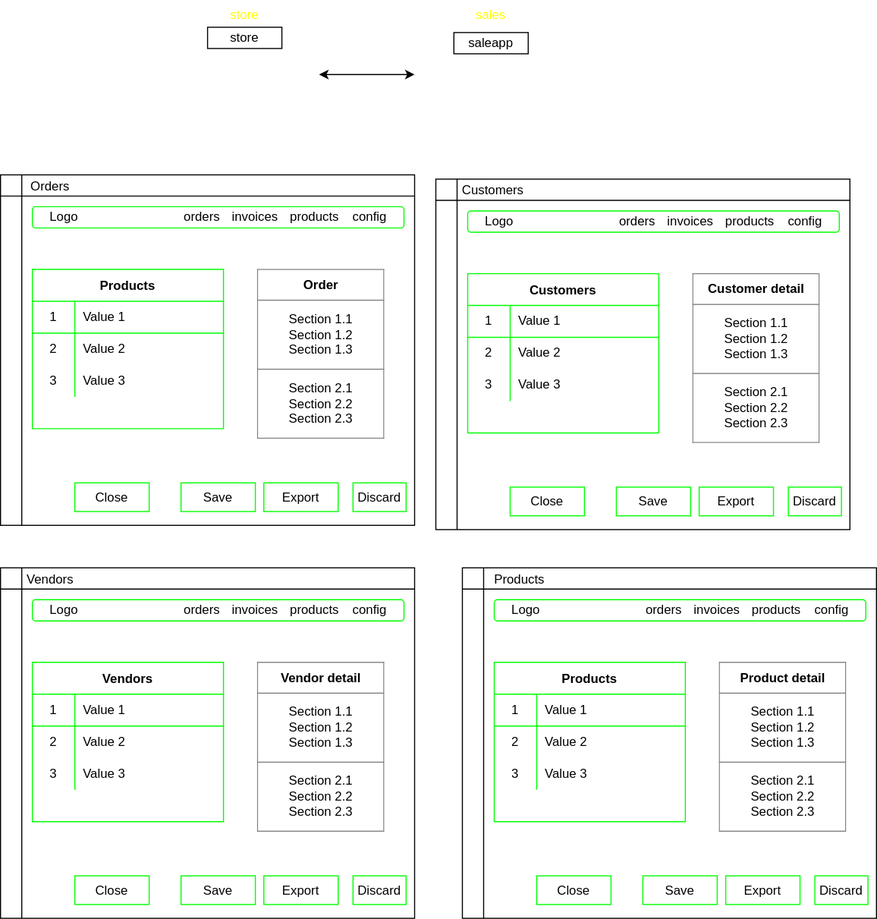
Earlier version of the draw.io export sales/salesapp.dio.svg (jozemario/training-nodejs). Source tidied: cells renumbered, new cells last; positions are measured from the earlier drawing's top-left corner, leaving out a move shared by most shapes.
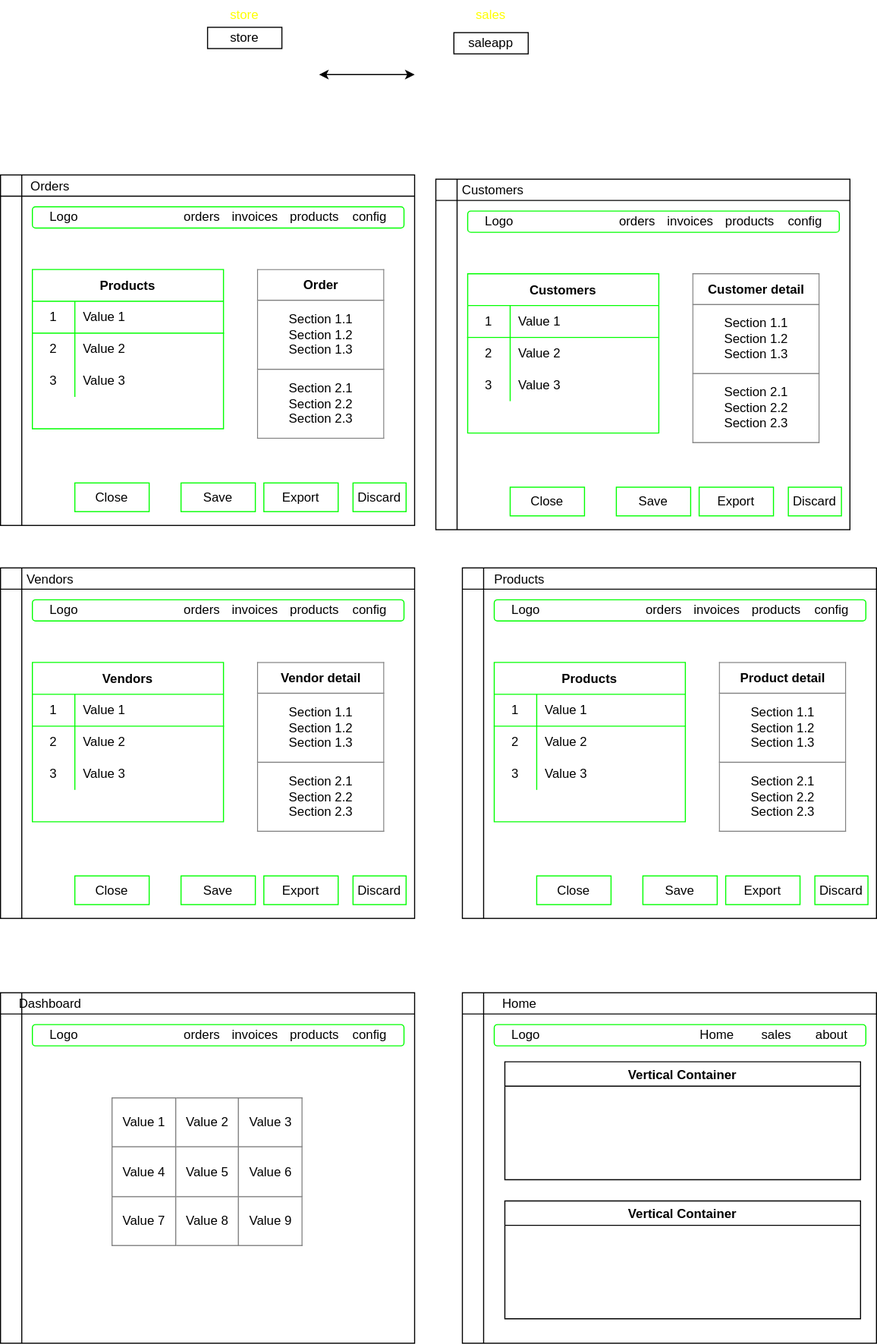
Above is the later version.

The edit, as a diff of the source:
```diff
@@ -302,5 +302,59 @@
         <mxPoint x="390" y="69.5" as="targetPoint" />
       </mxGeometry>
     </mxCell>
+    <mxCell id="101" style="shape=internalStorage;whiteSpace=wrap;html=1;backgroundOutline=1;" parent="1" vertex="1">
+      <mxGeometry y="934" width="390" height="330" as="geometry" />
+    </mxCell>
+    <mxCell id="102" value="Dashboard" style="text;html=1;strokeColor=none;fillColor=none;align=center;verticalAlign=middle;whiteSpace=wrap;rounded=0;" parent="1" vertex="1">
+      <mxGeometry x="17" y="930" width="60" height="30" as="geometry" />
+    </mxCell>
+    <mxCell id="103" style="rounded=1;whiteSpace=wrap;html=1;strokeColor=#00FF00;" parent="1" vertex="1">
+      <mxGeometry x="30" y="964" width="350" height="20" as="geometry" />
+    </mxCell>
+    <mxCell id="104" value="Logo" style="text;html=1;strokeColor=none;fillColor=none;align=center;verticalAlign=middle;whiteSpace=wrap;rounded=0;" parent="1" vertex="1">
+      <mxGeometry x="30" y="959" width="60" height="30" as="geometry" />
+    </mxCell>
+    <mxCell id="105" value="orders" style="text;html=1;strokeColor=none;fillColor=none;align=center;verticalAlign=middle;whiteSpace=wrap;rounded=0;" parent="1" vertex="1">
+      <mxGeometry x="160" y="959" width="60" height="30" as="geometry" />
+    </mxCell>
+    <mxCell id="106" value="invoices" style="text;html=1;strokeColor=none;fillColor=none;align=center;verticalAlign=middle;whiteSpace=wrap;rounded=0;" parent="1" vertex="1">
+      <mxGeometry x="210" y="959" width="60" height="30" as="geometry" />
+    </mxCell>
+    <mxCell id="107" value="products" style="text;html=1;strokeColor=none;fillColor=none;align=center;verticalAlign=middle;whiteSpace=wrap;rounded=0;" parent="1" vertex="1">
+      <mxGeometry x="266" y="959" width="60" height="30" as="geometry" />
+    </mxCell>
+    <mxCell id="108" value="config" style="text;html=1;strokeColor=none;fillColor=none;align=center;verticalAlign=middle;whiteSpace=wrap;rounded=0;" parent="1" vertex="1">
+      <mxGeometry x="318" y="959" width="60" height="30" as="geometry" />
+    </mxCell>
+    <mxCell id="109" style="shape=internalStorage;whiteSpace=wrap;html=1;backgroundOutline=1;" parent="1" vertex="1">
+      <mxGeometry x="435" y="934" width="390" height="330" as="geometry" />
+    </mxCell>
+    <mxCell id="110" value="Home" style="text;html=1;strokeColor=none;fillColor=none;align=center;verticalAlign=middle;whiteSpace=wrap;rounded=0;" parent="1" vertex="1">
+      <mxGeometry x="459" y="930" width="60" height="30" as="geometry" />
+    </mxCell>
+    <mxCell id="111" style="rounded=1;whiteSpace=wrap;html=1;strokeColor=#00FF00;" parent="1" vertex="1">
+      <mxGeometry x="465" y="964" width="350" height="20" as="geometry" />
+    </mxCell>
+    <mxCell id="112" value="Logo" style="text;html=1;strokeColor=none;fillColor=none;align=center;verticalAlign=middle;whiteSpace=wrap;rounded=0;" parent="1" vertex="1">
+      <mxGeometry x="465" y="959" width="60" height="30" as="geometry" />
+    </mxCell>
+    <mxCell id="113" value="Home" style="text;html=1;strokeColor=none;fillColor=none;align=center;verticalAlign=middle;whiteSpace=wrap;rounded=0;" parent="1" vertex="1">
+      <mxGeometry x="645" y="959" width="60" height="30" as="geometry" />
+    </mxCell>
+    <mxCell id="114" value="sales" style="text;html=1;strokeColor=none;fillColor=none;align=center;verticalAlign=middle;whiteSpace=wrap;rounded=0;" parent="1" vertex="1">
+      <mxGeometry x="701" y="959" width="60" height="30" as="geometry" />
+    </mxCell>
+    <mxCell id="115" value="about" style="text;html=1;strokeColor=none;fillColor=none;align=center;verticalAlign=middle;whiteSpace=wrap;rounded=0;" parent="1" vertex="1">
+      <mxGeometry x="753" y="959" width="60" height="30" as="geometry" />
+    </mxCell>
+    <mxCell id="116" value="&lt;table border=&quot;1&quot; width=&quot;100%&quot; height=&quot;100%&quot; style=&quot;width:100%;height:100%;border-collapse:collapse;&quot;&gt;&lt;tr&gt;&lt;td align=&quot;center&quot;&gt;Value 1&lt;/td&gt;&lt;td align=&quot;center&quot;&gt;Value 2&lt;/td&gt;&lt;td align=&quot;center&quot;&gt;Value 3&lt;/td&gt;&lt;/tr&gt;&lt;tr&gt;&lt;td align=&quot;center&quot;&gt;Value 4&lt;/td&gt;&lt;td align=&quot;center&quot;&gt;Value 5&lt;/td&gt;&lt;td align=&quot;center&quot;&gt;Value 6&lt;/td&gt;&lt;/tr&gt;&lt;tr&gt;&lt;td align=&quot;center&quot;&gt;Value 7&lt;/td&gt;&lt;td align=&quot;center&quot;&gt;Value 8&lt;/td&gt;&lt;td align=&quot;center&quot;&gt;Value 9&lt;/td&gt;&lt;/tr&gt;&lt;/table&gt;" style="text;html=1;strokeColor=none;fillColor=none;overflow=fill;" parent="1" vertex="1">
+      <mxGeometry x="105" y="1033" width="180" height="140" as="geometry" />
+    </mxCell>
+    <mxCell id="117" value="Vertical Container" style="swimlane;" parent="1" vertex="1">
+      <mxGeometry x="475" y="999" width="335" height="111" as="geometry" />
+    </mxCell>
+    <mxCell id="118" value="Vertical Container" style="swimlane;" parent="1" vertex="1">
+      <mxGeometry x="475" y="1130" width="335" height="111" as="geometry" />
+    </mxCell>
   </root>
 </mxGraphModel>
```
